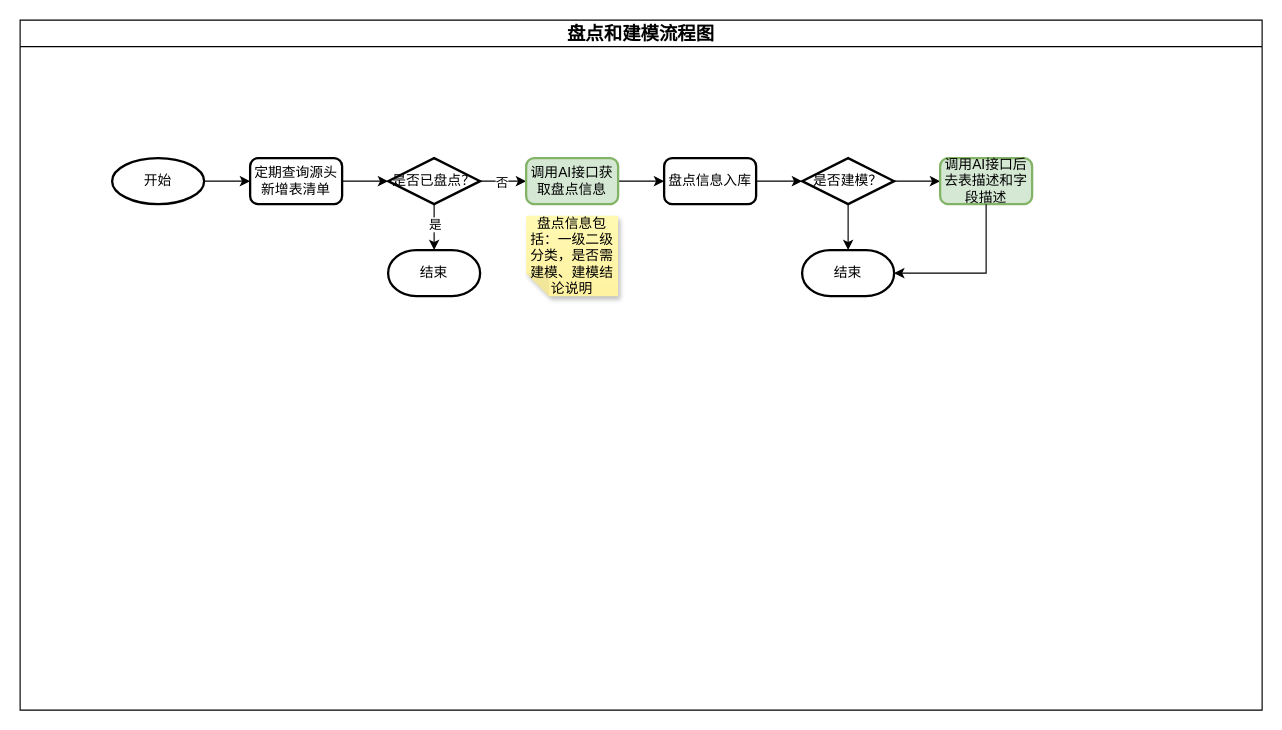
Earlier version of the draw.io diagram page "ODS建模" (3 of 4) of biz_flow/智能建模业务流程图.drawio (hlld3344/diagrams). Source tidied: cells renumbered, new cells numbered last; positions are measured from the earlier drawing's top-left corner, leaving out a move shared by most shapes. Both pictures are drawn from the tidied source at 115%, with x=0, y=0 at pixel (20, 20).
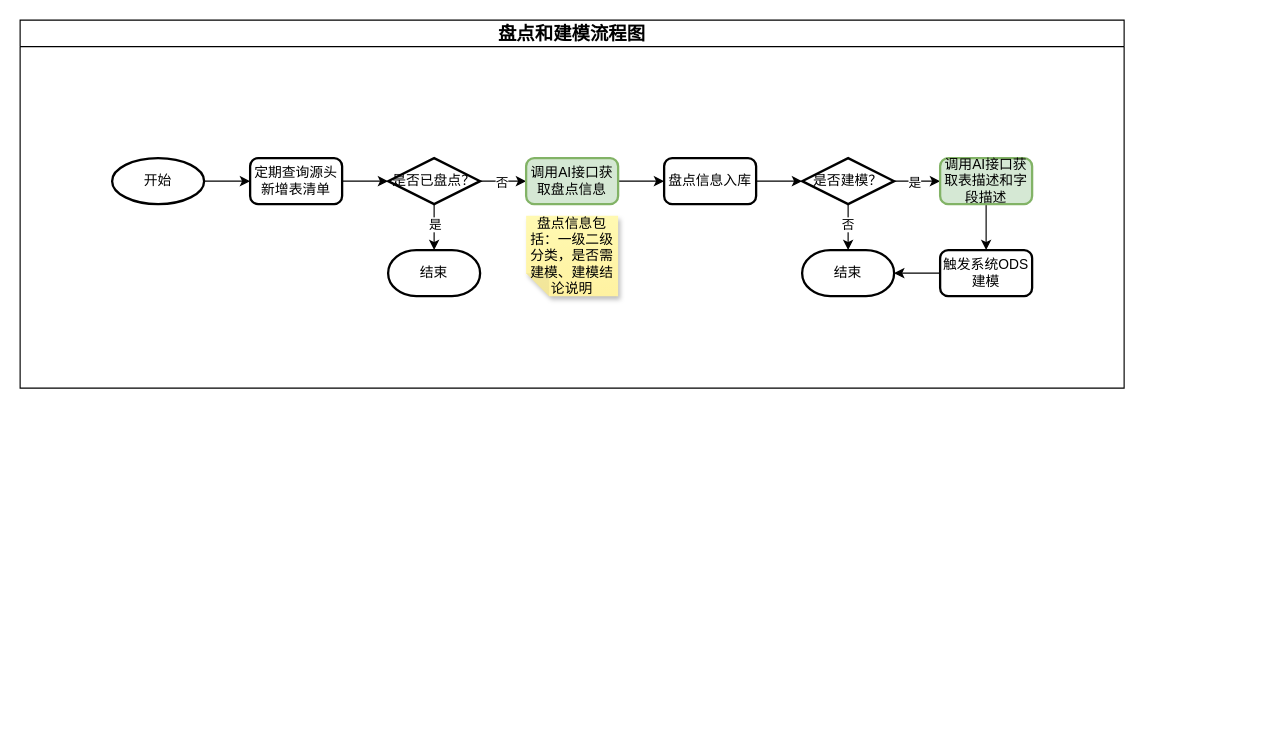
The same diagram, later.

Unchanged cells that the change refers to:
```xml
<mxCell id="18" style="edgeStyle=orthogonalEdgeStyle;rounded=0;jettySize=auto;html=1;" parent="2" edge="1" source="19" target="22">
  <mxGeometry relative="1" as="geometry" />
</mxCell>
<mxCell id="20" value="结束" style="strokeWidth=2;html=1;shape=mxgraph.flowchart.terminator;whiteSpace=wrap;" parent="2" vertex="1">
  <mxGeometry x="680" y="200" width="80" height="40" as="geometry" />
</mxCell>
<mxCell id="21" style="edgeStyle=orthogonalEdgeStyle;rounded=0;jettySize=auto;html=1;exitX=0.5;exitY=1;exitDx=0;exitDy=0;exitPerimeter=0;entryX=0.5;entryY=0;entryDx=0;entryDy=0;entryPerimeter=0;" parent="2" edge="1" source="19" target="20">
  <mxGeometry relative="1" as="geometry" />
</mxCell>
```

What changed in the source:
```diff
@@
     <mxCell id="2" value="&lt;span&gt;&lt;div style=&quot;line-height: 100%;font-size: 12pt;&quot; class=&quot;ql-direction-ltr ql-long-1396&quot;&gt;&lt;span class=&quot;ql-author-1396&quot;&gt;盘点和建模流程图&lt;/span&gt;&lt;/div&gt;&lt;/span&gt;" style="swimlane;whiteSpace=wrap;html=1;" parent="1" vertex="1">
-      <mxGeometry width="1080" height="600" as="geometry" />
+      <mxGeometry width="960" height="320" as="geometry" />
     </mxCell>
@@
+    <mxCell id="24" value="是" style="edgeLabel;html=1;align=center;verticalAlign=middle;" parent="18" vertex="1">
+      <mxGeometry x="-0.15" y="-1" relative="1" as="geometry" />
+    </mxCell>
@@
+    <mxCell id="25" value="否" style="edgeLabel;html=1;align=center;verticalAlign=middle;" parent="21" vertex="1">
+      <mxGeometry x="-0.15" y="-1" relative="1" as="geometry" />
+    </mxCell>
+    <mxCell id="26" style="edgeStyle=orthogonalEdgeStyle;rounded=0;jettySize=auto;html=1;" parent="2" edge="1" source="22" target="28">
+      <mxGeometry relative="1" as="geometry" />
+    </mxCell>
-    <mxCell id="22" value="调用AI接口后去表描述和字段描述" style="rounded=1;whiteSpace=wrap;html=1;absoluteArcSize=1;arcSize=14;strokeWidth=2;fillColor=#d5e8d4;strokeColor=#82b366;" parent="2" vertex="1">
+    <mxCell id="22" value="调用AI接口获取表描述和字段描述" style="rounded=1;whiteSpace=wrap;html=1;absoluteArcSize=1;arcSize=14;strokeWidth=2;fillColor=#d5e8d4;strokeColor=#82b366;" parent="2" vertex="1">
       <mxGeometry x="800" y="120" width="80" height="40" as="geometry" />
     </mxCell>
-    <mxCell id="23" style="edgeStyle=orthogonalEdgeStyle;rounded=0;jettySize=auto;html=1;exitX=0.5;exitY=1;exitDx=0;exitDy=0;entryX=1;entryY=0.5;entryDx=0;entryDy=0;entryPerimeter=0;" parent="2" edge="1" source="22" target="20">
-      <mxGeometry relative="1" as="geometry" />
-    </mxCell>
+    <mxCell id="27" style="edgeStyle=orthogonalEdgeStyle;rounded=0;jettySize=auto;html=1;" parent="2" edge="1" source="28" target="20">
+      <mxGeometry relative="1" as="geometry" />
+    </mxCell>
+    <mxCell id="28" value="触发系统ODS建模" style="rounded=1;whiteSpace=wrap;html=1;absoluteArcSize=1;arcSize=14;strokeWidth=2;" parent="2" vertex="1">
+      <mxGeometry x="800" y="200" width="80" height="40" as="geometry" />
+    </mxCell>
```
